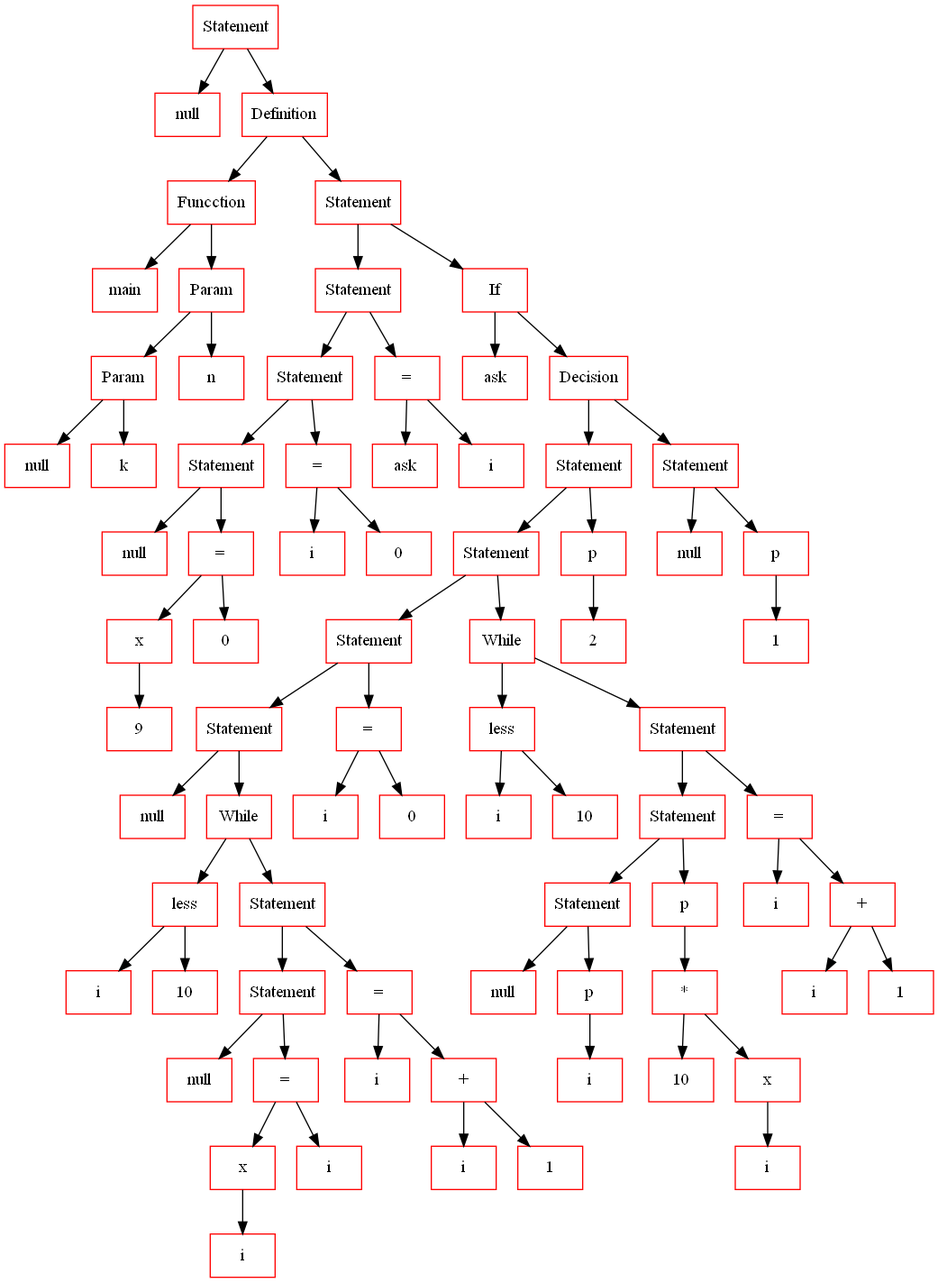
This is lang_tree.png from vian96/uzh_lang, a Graphviz export, as it was before one commit. Its source is kept beside it as lang_tree.gv.
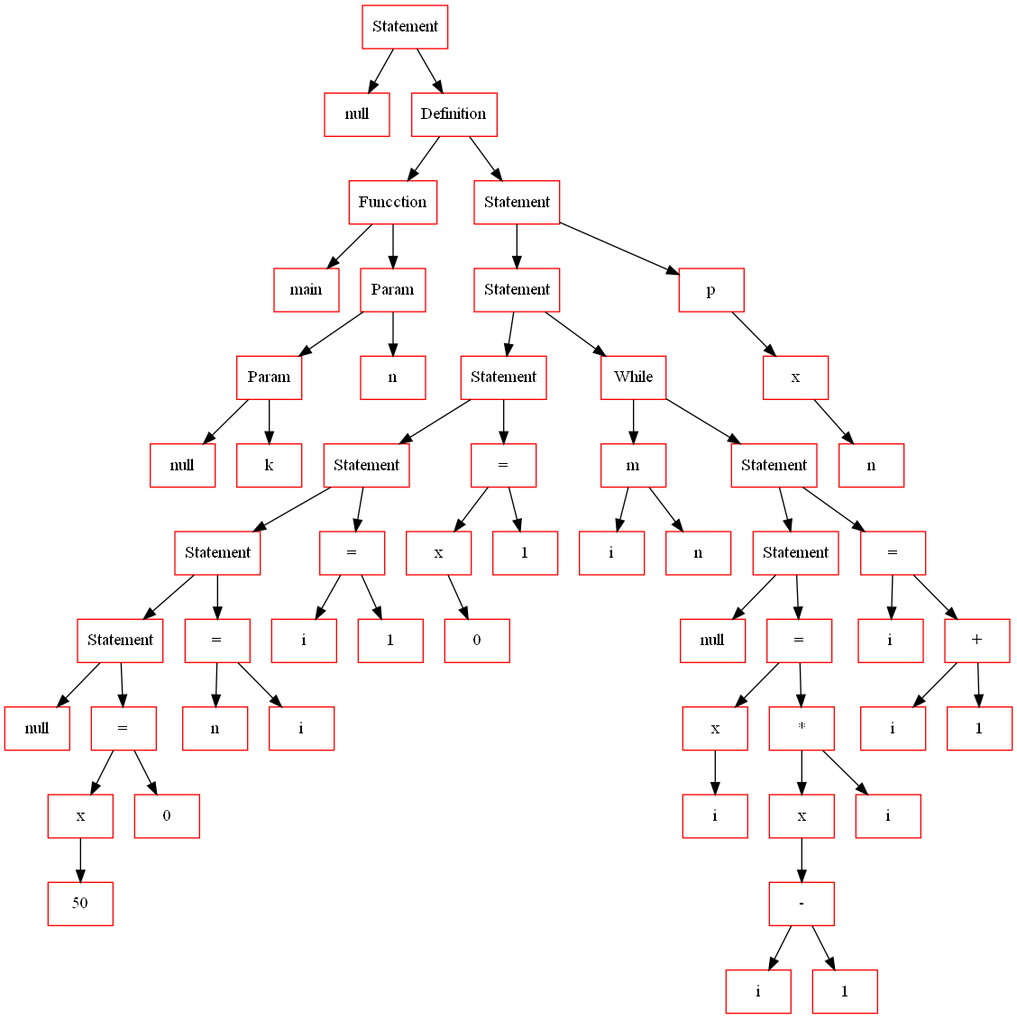
Later version of the same file.

Change to the diagram source:
```diff
@@ -4,161 +4,115 @@
 
 	node[color="red",fontsize=14];
 
-	2282848128[shape=record, label="Statement"];
-	2282848064[shape=record, label="null"];
-	2282820656[shape=record, label="Definition"];
-	2282820720[shape=record, label="Funcction"];
-	2282820784[shape=record, label="main"];
-	2282822096[shape=record, label="Param"];
-	2282820912[shape=record, label="Param"];
-	2282820848[shape=record, label="null"];
-	2282822032[shape=record, label="k"];
-	2282822160[shape=record, label="n"];
-	2282842608[shape=record, label="Statement"];
-	2282843184[shape=record, label="Statement"];
-	2282842288[shape=record, label="Statement"];
-	2282822288[shape=record, label="Statement"];
-	2282822224[shape=record, label="null"];
-	2282822352[shape=record, label="="];
-	2282822416[shape=record, label="x"];
-	2282822480[shape=record, label="9"];
-	2282822544[shape=record, label="0"];
-	2282842672[shape=record, label="="];
-	2282843120[shape=record, label="i"];
-	2282842736[shape=record, label="0"];
-	2282842992[shape=record, label="="];
-	2282842096[shape=record, label="ask"];
-	2282843440[shape=record, label="i"];
-	2282842352[shape=record, label="If"];
-	2282842800[shape=record, label="ask"];
-	2282843504[shape=record, label="Decision"];
-	2281619712[shape=record, label="Statement"];
-	2281620032[shape=record, label="Statement"];
-	2281617088[shape=record, label="Statement"];
-	2282843248[shape=record, label="Statement"];
-	2282842864[shape=record, label="null"];
-	2282841648[shape=record, label="While"];
-	2282841776[shape=record, label="less"];
-	2282841712[shape=record, label="i"];
-	2282842160[shape=record, label="10"];
-	2282842416[shape=record, label="Statement"];
-	2282843056[shape=record, label="Statement"];
-	2282842928[shape=record, label="null"];
-	2282843312[shape=record, label="="];
-	2282843376[shape=record, label="x"];
-	2282841840[shape=record, label="i"];
-	2282841904[shape=record, label="i"];
-	2282842480[shape=record, label="="];
-	2282841968[shape=record, label="i"];
-	2282842544[shape=record, label="+"];
-	2282842224[shape=record, label="i"];
-	2282842032[shape=record, label="1"];
-	2281618752[shape=record, label="="];
-	2281616512[shape=record, label="i"];
-	2281616896[shape=record, label="0"];
-	2281617152[shape=record, label="While"];
-	2281618880[shape=record, label="less"];
-	2281619136[shape=record, label="i"];
-	2281618048[shape=record, label="10"];
-	2281616192[shape=record, label="Statement"];
-	2281617024[shape=record, label="Statement"];
-	2281617984[shape=record, label="Statement"];
-	2281616832[shape=record, label="null"];
-	2281616960[shape=record, label="p"];
-	2281617792[shape=record, label="i"];
-	2281617472[shape=record, label="p"];
-	2281617920[shape=record, label="*"];
-	2281619456[shape=record, label="10"];
-	2281619776[shape=record, label="x"];
-	2281618432[shape=record, label="i"];
-	2281619392[shape=record, label="="];
-	2281616320[shape=record, label="i"];
-	2281617856[shape=record, label="+"];
-	2281616256[shape=record, label="i"];
-	2281618112[shape=record, label="1"];
-	2281617216[shape=record, label="p"];
-	2281619520[shape=record, label="2"];
-	2281617536[shape=record, label="Statement"];
-	2281616448[shape=record, label="null"];
-	2281616384[shape=record, label="p"];
-	2281618304[shape=record, label="1"];
+	880809072[shape=record, label="Statement"];
+	880809008[shape=record, label="null"];
+	880811248[shape=record, label="Definition"];
+	880811312[shape=record, label="Funcction"];
+	880811376[shape=record, label="main"];
+	880811632[shape=record, label="Param"];
+	880811504[shape=record, label="Param"];
+	880811440[shape=record, label="null"];
+	880811568[shape=record, label="k"];
+	880811696[shape=record, label="n"];
+	880860224[shape=record, label="Statement"];
+	880833088[shape=record, label="Statement"];
+	880831616[shape=record, label="Statement"];
+	880832704[shape=record, label="Statement"];
+	880832256[shape=record, label="Statement"];
+	880811824[shape=record, label="Statement"];
+	880811760[shape=record, label="null"];
+	880811888[shape=record, label="="];
+	880811952[shape=record, label="x"];
+	880830960[shape=record, label="50"];
+	880831024[shape=record, label="0"];
+	880832512[shape=record, label="="];
+	880831232[shape=record, label="n"];
+	880831936[shape=record, label="i"];
+	880831744[shape=record, label="="];
+	880831872[shape=record, label="i"];
+	880832064[shape=record, label="1"];
+	880831488[shape=record, label="="];
+	880832000[shape=record, label="x"];
+	880833024[shape=record, label="0"];
+	880832768[shape=record, label="1"];
+	880832896[shape=record, label="While"];
+	880831424[shape=record, label="m"];
+	880832832[shape=record, label="i"];
+	880831552[shape=record, label="n"];
+	880832320[shape=record, label="Statement"];
+	880832576[shape=record, label="Statement"];
+	880832448[shape=record, label="null"];
+	880831360[shape=record, label="="];
+	880832128[shape=record, label="x"];
+	880832960[shape=record, label="i"];
+	880832384[shape=record, label="*"];
+	880831296[shape=record, label="x"];
+	880832192[shape=record, label="-"];
+	880831680[shape=record, label="i"];
+	880832640[shape=record, label="1"];
+	880831808[shape=record, label="i"];
+	880861760[shape=record, label="="];
+	880861824[shape=record, label="i"];
+	880859840[shape=record, label="+"];
+	880859776[shape=record, label="i"];
+	880860544[shape=record, label="1"];
+	880860928[shape=record, label="p"];
+	880861504[shape=record, label="x"];
+	880858688[shape=record, label="n"];
 
-	2282848128 -> 2282848064[fontsize=12]
-	2282848128 -> 2282820656[fontsize=12]
-	2282820656 -> 2282820720[fontsize=12]
-	2282820656 -> 2282842608[fontsize=12]
-	2282820720 -> 2282820784[fontsize=12]
-	2282820720 -> 2282822096[fontsize=12]
-	2282822096 -> 2282820912[fontsize=12]
-	2282822096 -> 2282822160[fontsize=12]
-	2282820912 -> 2282820848[fontsize=12]
-	2282820912 -> 2282822032[fontsize=12]
-	2282842608 -> 2282843184[fontsize=12]
-	2282842608 -> 2282842352[fontsize=12]
-	2282843184 -> 2282842288[fontsize=12]
-	2282843184 -> 2282842992[fontsize=12]
-	2282842288 -> 2282822288[fontsize=12]
-	2282842288 -> 2282842672[fontsize=12]
-	2282822288 -> 2282822224[fontsize=12]
-	2282822288 -> 2282822352[fontsize=12]
-	2282822352 -> 2282822416[fontsize=12]
-	2282822352 -> 2282822544[fontsize=12]
-	2282822416 -> 2282822480[fontsize=12]
-	2282842672 -> 2282843120[fontsize=12]
-	2282842672 -> 2282842736[fontsize=12]
-	2282842992 -> 2282842096[fontsize=12]
-	2282842992 -> 2282843440[fontsize=12]
-	2282842352 -> 2282842800[fontsize=12]
-	2282842352 -> 2282843504[fontsize=12]
-	2282843504 -> 2281619712[fontsize=12]
-	2282843504 -> 2281617536[fontsize=12]
-	2281619712 -> 2281620032[fontsize=12]
-	2281619712 -> 2281617216[fontsize=12]
-	2281620032 -> 2281617088[fontsize=12]
-	2281620032 -> 2281617152[fontsize=12]
-	2281617088 -> 2282843248[fontsize=12]
-	2281617088 -> 2281618752[fontsize=12]
-	2282843248 -> 2282842864[fontsize=12]
-	2282843248 -> 2282841648[fontsize=12]
-	2282841648 -> 2282841776[fontsize=12]
-	2282841648 -> 2282842416[fontsize=12]
-	2282841776 -> 2282841712[fontsize=12]
-	2282841776 -> 2282842160[fontsize=12]
-	2282842416 -> 2282843056[fontsize=12]
-	2282842416 -> 2282842480[fontsize=12]
-	2282843056 -> 2282842928[fontsize=12]
-	2282843056 -> 2282843312[fontsize=12]
-	2282843312 -> 2282843376[fontsize=12]
-	2282843312 -> 2282841904[fontsize=12]
-	2282843376 -> 2282841840[fontsize=12]
-	2282842480 -> 2282841968[fontsize=12]
-	2282842480 -> 2282842544[fontsize=12]
-	2282842544 -> 2282842224[fontsize=12]
-	2282842544 -> 2282842032[fontsize=12]
-	2281618752 -> 2281616512[fontsize=12]
-	2281618752 -> 2281616896[fontsize=12]
-	2281617152 -> 2281618880[fontsize=12]
-	2281617152 -> 2281616192[fontsize=12]
-	2281618880 -> 2281619136[fontsize=12]
-	2281618880 -> 2281618048[fontsize=12]
-	2281616192 -> 2281617024[fontsize=12]
-	2281616192 -> 2281619392[fontsize=12]
-	2281617024 -> 2281617984[fontsize=12]
-	2281617024 -> 2281617472[fontsize=12]
-	2281617984 -> 2281616832[fontsize=12]
-	2281617984 -> 2281616960[fontsize=12]
-	2281616960 -> 2281617792[fontsize=12]
-	2281617472 -> 2281617920[fontsize=12]
-	2281617920 -> 2281619456[fontsize=12]
-	2281617920 -> 2281619776[fontsize=12]
-	2281619776 -> 2281618432[fontsize=12]
-	2281619392 -> 2281616320[fontsize=12]
-	2281619392 -> 2281617856[fontsize=12]
-	2281617856 -> 2281616256[fontsize=12]
-	2281617856 -> 2281618112[fontsize=12]
-	2281617216 -> 2281619520[fontsize=12]
-	2281617536 -> 2281616448[fontsize=12]
-	2281617536 -> 2281616384[fontsize=12]
-	2281616384 -> 2281618304[fontsize=12]
+	880809072 -> 880809008[fontsize=12]
+	880809072 -> 880811248[fontsize=12]
+	880811248 -> 880811312[fontsize=12]
+	880811248 -> 880860224[fontsize=12]
+	880811312 -> 880811376[fontsize=12]
+	880811312 -> 880811632[fontsize=12]
+	880811632 -> 880811504[fontsize=12]
+	880811632 -> 880811696[fontsize=12]
+	880811504 -> 880811440[fontsize=12]
+	880811504 -> 880811568[fontsize=12]
+	880860224 -> 880833088[fontsize=12]
+	880860224 -> 880860928[fontsize=12]
+	880833088 -> 880831616[fontsize=12]
+	880833088 -> 880832896[fontsize=12]
+	880831616 -> 880832704[fontsize=12]
+	880831616 -> 880831488[fontsize=12]
+	880832704 -> 880832256[fontsize=12]
+	880832704 -> 880831744[fontsize=12]
+	880832256 -> 880811824[fontsize=12]
+	880832256 -> 880832512[fontsize=12]
+	880811824 -> 880811760[fontsize=12]
+	880811824 -> 880811888[fontsize=12]
+	880811888 -> 880811952[fontsize=12]
+	880811888 -> 880831024[fontsize=12]
+	880811952 -> 880830960[fontsize=12]
+	880832512 -> 880831232[fontsize=12]
+	880832512 -> 880831936[fontsize=12]
+	880831744 -> 880831872[fontsize=12]
+	880831744 -> 880832064[fontsize=12]
+	880831488 -> 880832000[fontsize=12]
+	880831488 -> 880832768[fontsize=12]
+	880832000 -> 880833024[fontsize=12]
+	880832896 -> 880831424[fontsize=12]
+	880832896 -> 880832320[fontsize=12]
+	880831424 -> 880832832[fontsize=12]
+	880831424 -> 880831552[fontsize=12]
+	880832320 -> 880832576[fontsize=12]
+	880832320 -> 880861760[fontsize=12]
+	880832576 -> 880832448[fontsize=12]
+	880832576 -> 880831360[fontsize=12]
+	880831360 -> 880832128[fontsize=12]
+	880831360 -> 880832384[fontsize=12]
+	880832128 -> 880832960[fontsize=12]
+	880832384 -> 880831296[fontsize=12]
+	880832384 -> 880831808[fontsize=12]
+	880831296 -> 880832192[fontsize=12]
+	880832192 -> 880831680[fontsize=12]
+	880832192 -> 880832640[fontsize=12]
+	880861760 -> 880861824[fontsize=12]
+	880861760 -> 880859840[fontsize=12]
+	880859840 -> 880859776[fontsize=12]
+	880859840 -> 880860544[fontsize=12]
+	880860928 -> 880861504[fontsize=12]
+	880861504 -> 880858688[fontsize=12]
 
 }
```
